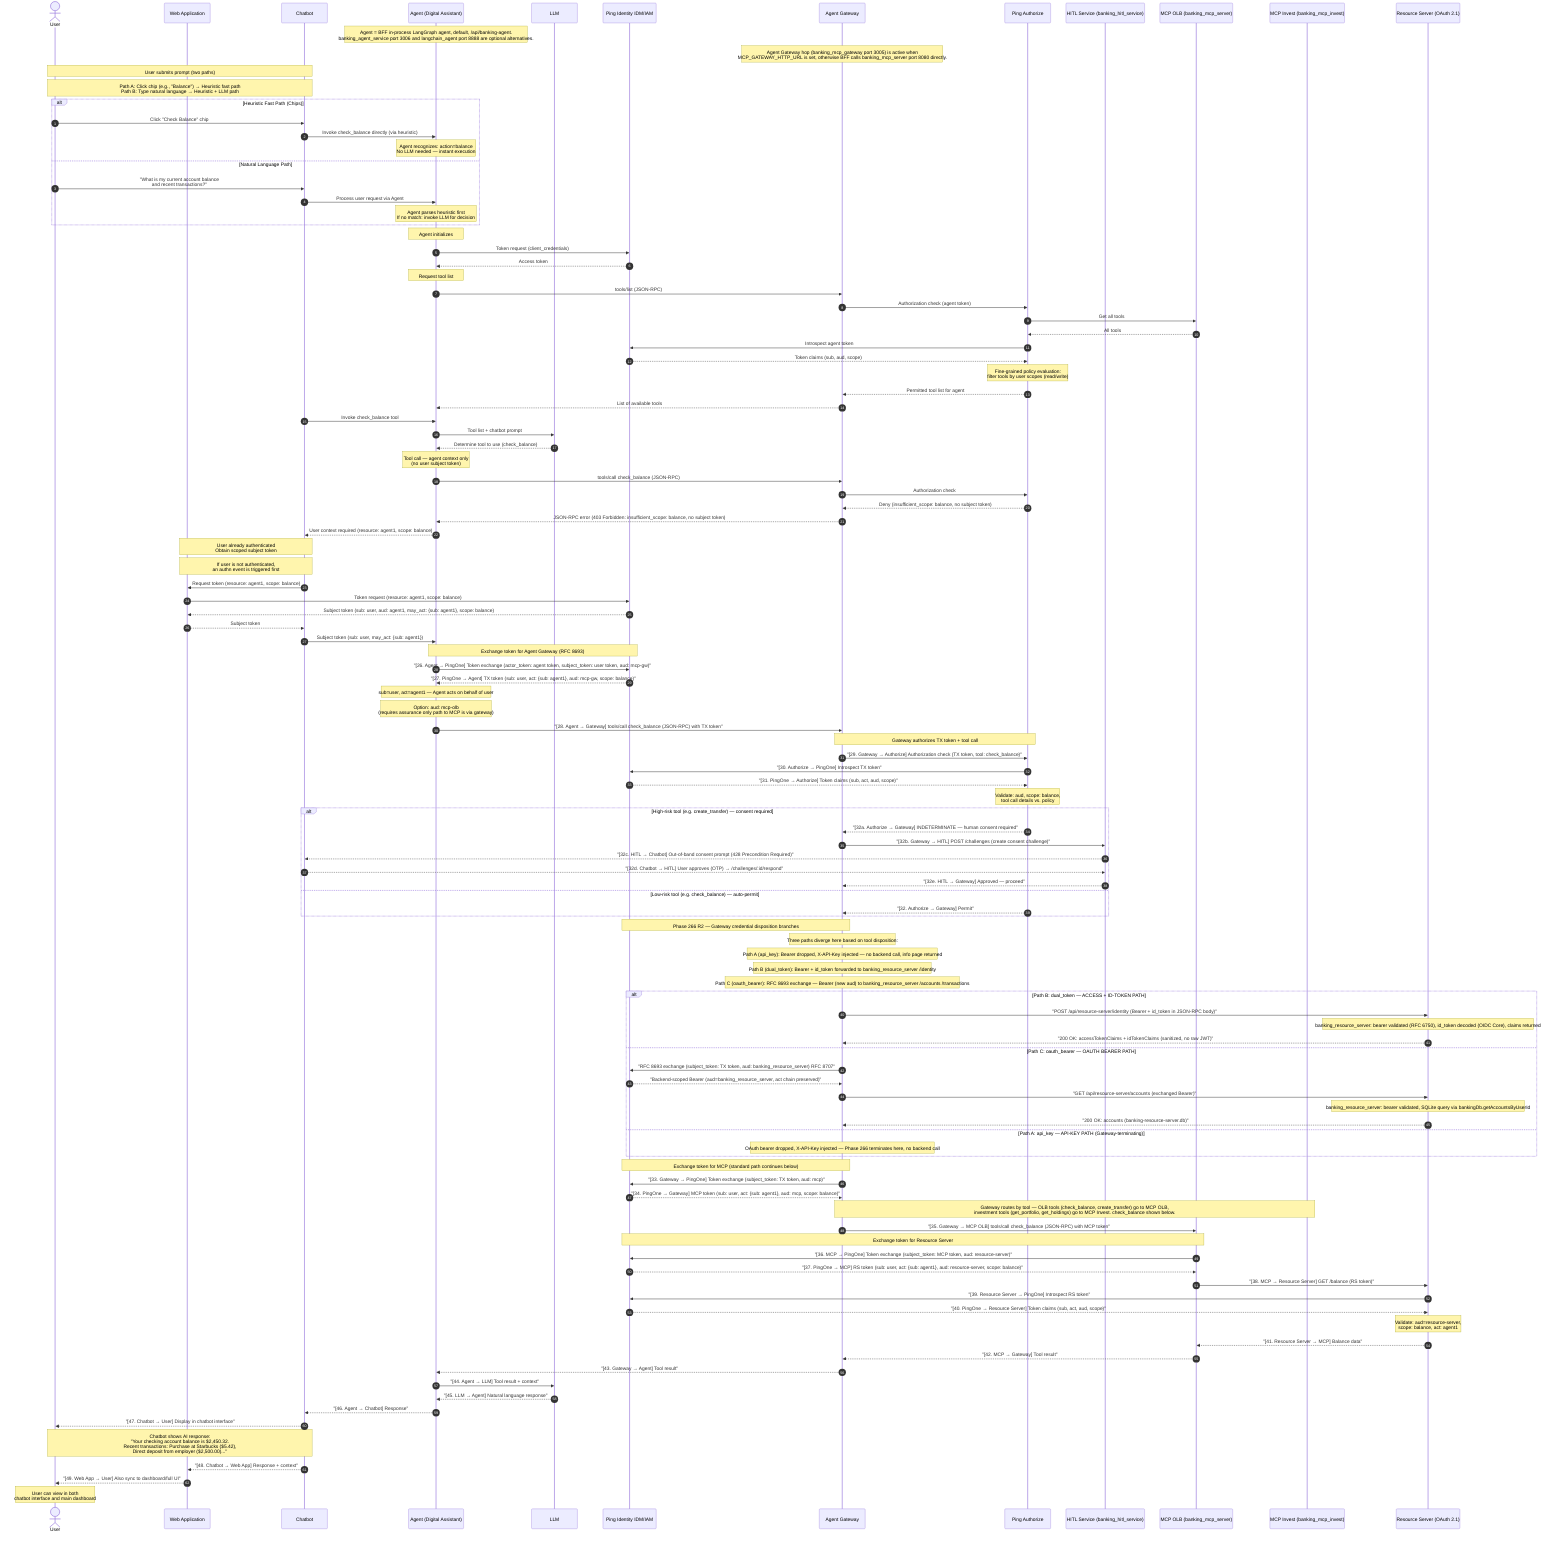
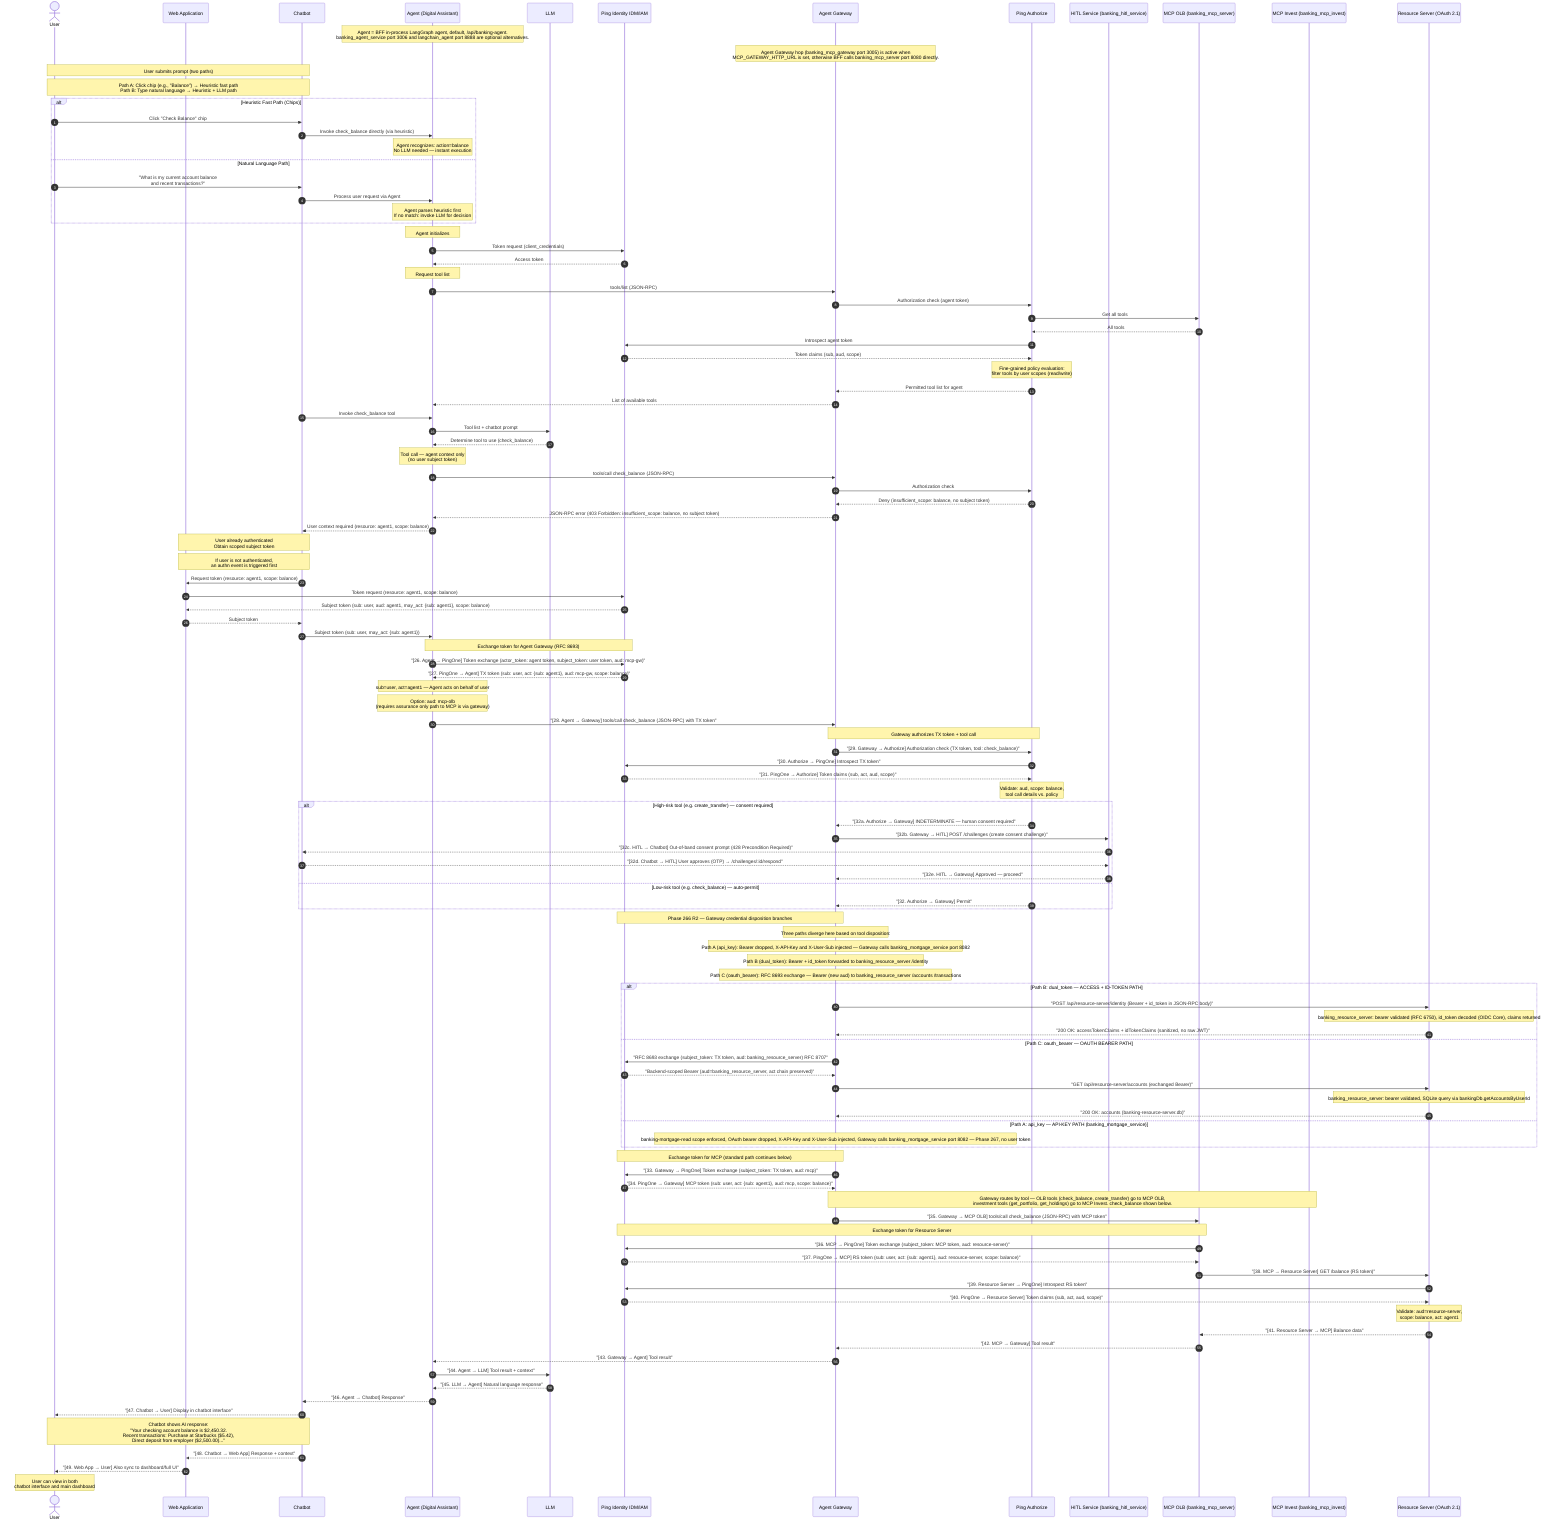
%% Phase 266 R2 (2026-05-11): Three credential dispositions at the Agent Gateway.
- %% Path A (api_key): OAuth bearer dropped; X-API-Key injected — Gateway-terminating, no backend call.
+ %% Path A (api_key): scope gate (banking:mortgage:read), OAuth bearer dropped; X-API-Key + X-User-Sub injected; calls banking_mortgage_service :8082 (Phase 267).
%% Path B (dual_token): Bearer + id_token forwarded to banking_resource_server /identity — RFC 8693 + RFC 8707 + OIDC Core ss3.1.3.7.
%% Path C (oauth_bearer): RFC 8693 exchange; Bearer (new aud) forwarded to banking_resource_server /accounts /transactions (SQLite-backed).
%% banking_resource_server serves both Path B and Path C at different routes with the same authenticateToken middleware.

sequenceDiagram
    autonumber
    actor U as User
    participant WA as Web Application
    participant CB as Chatbot
    participant A as Agent (Digital Assistant)
    participant LLM as LLM
    participant PID as Ping Identity IDM/IAM
    participant AG as Agent Gateway
    participant PA as Ping Authorize
    participant HITL as HITL Service (banking_hitl_service)
    participant MCP as MCP OLB (banking_mcp_server)
    participant INV as MCP Invest (banking_mcp_invest)
    participant RS as Resource Server (OAuth 2.1)

    Note over A: Agent = BFF in-process LangGraph agent, default, /api/banking-agent.<br/>banking_agent_service port 3006 and langchain_agent port 8888 are optional alternatives.
    Note over AG: Agent Gateway hop (banking_mcp_gateway port 3005) is active when<br/>MCP_GATEWAY_HTTP_URL is set, otherwise BFF calls banking_mcp_server port 8080 directly.

    Note over U,CB: User submits prompt (two paths)
    Note over U,CB: Path A: Click chip (e.g., "Balance") → Heuristic fast path<br/>Path B: Type natural language → Heuristic + LLM path

    alt Heuristic Fast Path (Chips)
        U->>CB: Click "Check Balance" chip
        CB->>A: Invoke check_balance directly (via heuristic)
        Note over A: Agent recognizes: action=balance<br/>No LLM needed — instant execution
    else Natural Language Path
        U->>CB: "What is my current account balance<br/>and recent transactions?"
        CB->>A: Process user request via Agent
        Note over A: Agent parses heuristic first<br/>If no match: invoke LLM for decision
    end

    Note over A: Agent initializes
    A->>PID: Token request (client_credentials)
    PID-->>A: Access token

    Note over A: Request tool list
    A->>AG: tools/list (JSON-RPC)
    AG->>PA: Authorization check (agent token)
    PA->>MCP: Get all tools
    MCP-->>PA: All tools
    PA->>PID: Introspect agent token
    PID-->>PA: Token claims (sub, aud, scope)
    Note over PA: Fine-grained policy evaluation:<br/>filter tools by user scopes (read/write)
    PA-->>AG: Permitted tool list for agent
    AG-->>A: List of available tools
    CB->>A: Invoke check_balance tool
    A->>LLM: Tool list + chatbot prompt
    LLM-->>A: Determine tool to use (check_balance)

    Note over A: Tool call — agent context only <br/> (no user subject token)
    A->>AG: tools/call check_balance (JSON-RPC)
    AG->>PA: Authorization check
    PA-->>AG: Deny (insufficient_scope: balance, no subject token)
    AG-->>A: JSON-RPC error (403 Forbidden: insufficient_scope: balance, no subject token)

    A-->>CB: User context required (resource: agent1, scope: balance)

    Note over CB,WA: User already authenticated <br/>Obtain scoped subject token
    Note over CB,WA: If user is not authenticated,<br/>an authn event is triggered first
    CB->>WA: Request token (resource: agent1, scope: balance)
    WA->>PID: Token request (resource: agent1, scope: balance)
    PID-->>WA: Subject token (sub: user, aud: agent1, may_act: {sub: agent1}, scope: balance)
    WA-->>CB: Subject token
    CB->>A: Subject token (sub: user, may_act: {sub: agent1})

    Note over A,PID: Exchange token for Agent Gateway (RFC 8693)
    A->>PID: "[26. Agent → PingOne] Token exchange (actor_token: agent token, subject_token: user token, aud: mcp-gw)"
    PID-->>A: "[27. PingOne → Agent] TX token (sub: user, act: {sub: agent1}, aud: mcp-gw, scope: balance)"
    Note over A: sub=user, act=agent1 — Agent acts on behalf of user
    Note over A: Option: aud: mcp-olb<br/>(requires assurance only path to MCP is via gateway)

    A->>AG: "[28. Agent → Gateway] tools/call check_balance (JSON-RPC) with TX token"

    Note over AG,PA: Gateway authorizes TX token + tool call
    AG->>PA: "[29. Gateway → Authorize] Authorization check (TX token, tool: check_balance)"
    PA->>PID: "[30. Authorize → PingOne] Introspect TX token"
    PID-->>PA: "[31. PingOne → Authorize] Token claims (sub, act, aud, scope)"
    Note over PA: Validate: aud, scope: balance,<br/>tool call details vs. policy
    alt High-risk tool (e.g. create_transfer) — consent required
        PA-->>AG: "[32a. Authorize → Gateway] INDETERMINATE — human consent required"
        AG->>HITL: "[32b. Gateway → HITL] POST /challenges (create consent challenge)"
        HITL-->>CB: "[32c. HITL → Chatbot] Out-of-band consent prompt (428 Precondition Required)"
        CB-->>HITL: "[32d. Chatbot → HITL] User approves (OTP) → /challenges/:id/respond"
        HITL-->>AG: "[32e. HITL → Gateway] Approved — proceed"
    else Low-risk tool (e.g. check_balance) — auto-permit
        PA-->>AG: "[32. Authorize → Gateway] Permit"
    end
    Note over AG,PID: Phase 266 R2 — Gateway credential disposition branches
    Note over AG: Three paths diverge here based on tool disposition:
-     Note over AG: Path A (api_key): Bearer dropped, X-API-Key injected — no backend call, info page returned
+     Note over AG: Path A (api_key): Bearer dropped, X-API-Key and X-User-Sub injected — Gateway calls banking_mortgage_service port 8082
    Note over AG: Path B (dual_token): Bearer + id_token forwarded to banking_resource_server /identity
    Note over AG: Path C (oauth_bearer): RFC 8693 exchange — Bearer (new aud) to banking_resource_server /accounts /transactions

    alt Path B: dual_token — ACCESS + ID-TOKEN PATH
        AG->>RS: "POST /api/resource-server/identity (Bearer + id_token in JSON-RPC body)"
        Note over RS: banking_resource_server: bearer validated (RFC 6750), id_token decoded (OIDC Core), claims returned
        RS-->>AG: "200 OK: accessTokenClaims + idTokenClaims (sanitized, no raw JWT)"
    else Path C: oauth_bearer — OAUTH BEARER PATH
        AG->>PID: "RFC 8693 exchange (subject_token: TX token, aud: banking_resource_server) RFC 8707"
        PID-->>AG: "Backend-scoped Bearer (aud=banking_resource_server, act chain preserved)"
        AG->>RS: "GET /api/resource-server/accounts (exchanged Bearer)"
        Note over RS: banking_resource_server: bearer validated, SQLite query via bankingDb.getAccountsByUserId
        RS-->>AG: "200 OK: accounts (banking-resource-server.db)"
-     else Path A: api_key — API-KEY PATH (Gateway-terminating)
-         Note over AG: OAuth bearer dropped, X-API-Key injected — Phase 266 terminates here, no backend call
+     else Path A: api_key — API-KEY PATH (banking_mortgage_service)
+         Note over AG: banking-mortgage-read scope enforced, OAuth bearer dropped, X-API-Key and X-User-Sub injected, Gateway calls banking_mortgage_service port 8082 — Phase 267, no user token
    end

    Note over AG,PID: Exchange token for MCP (standard path continues below)
    AG->>PID: "[33. Gateway → PingOne] Token exchange (subject_token: TX token, aud: mcp)"
    PID-->>AG: "[34. PingOne → Gateway] MCP token (sub: user, act: {sub: agent1}, aud: mcp, scope: balance)"
    Note over AG,INV: Gateway routes by tool — OLB tools (check_balance, create_transfer) go to MCP OLB,<br/>investment tools (get_portfolio, get_holdings) go to MCP Invest. check_balance shown below.
    AG->>MCP: "[35. Gateway → MCP OLB] tools/call check_balance (JSON-RPC) with MCP token"
    Note over MCP,PID: Exchange token for Resource Server
    MCP->>PID: "[36. MCP → PingOne] Token exchange (subject_token: MCP token, aud: resource-server)"
    PID-->>MCP: "[37. PingOne → MCP] RS token (sub: user, act: {sub: agent1}, aud: resource-server, scope: balance)"
    MCP->>RS: "[38. MCP → Resource Server] GET /balance (RS token)"
    RS->>PID: "[39. Resource Server → PingOne] Introspect RS token"
    PID-->>RS: "[40. PingOne → Resource Server] Token claims (sub, act, aud, scope)"
    Note over RS: Validate: aud=resource-server,<br/>scope: balance, act: agent1
    RS-->>MCP: "[41. Resource Server → MCP] Balance data"
    MCP-->>AG: "[42. MCP → Gateway] Tool result"
    AG-->>A: "[43. Gateway → Agent] Tool result"
    A->>LLM: "[44. Agent → LLM] Tool result + context"
    LLM-->>A: "[45. LLM → Agent] Natural language response"
    A-->>CB: "[46. Agent → Chatbot] Response"
    CB-->>U: "[47. Chatbot → User] Display in chatbot interface"
    Note over CB,U: Chatbot shows AI response:<br/>"Your checking account balance is $2,450.32.<br/>Recent transactions: Purchase at Starbucks ($5.42),<br/>Direct deposit from employer ($2,500.00)..."
    CB-->>WA: "[48. Chatbot → Web App] Response + context"
    WA-->>U: "[49. Web App → User] Also sync to dashboard/full UI"
    Note over U: User can view in both<br/>chatbot interface and main dashboard
